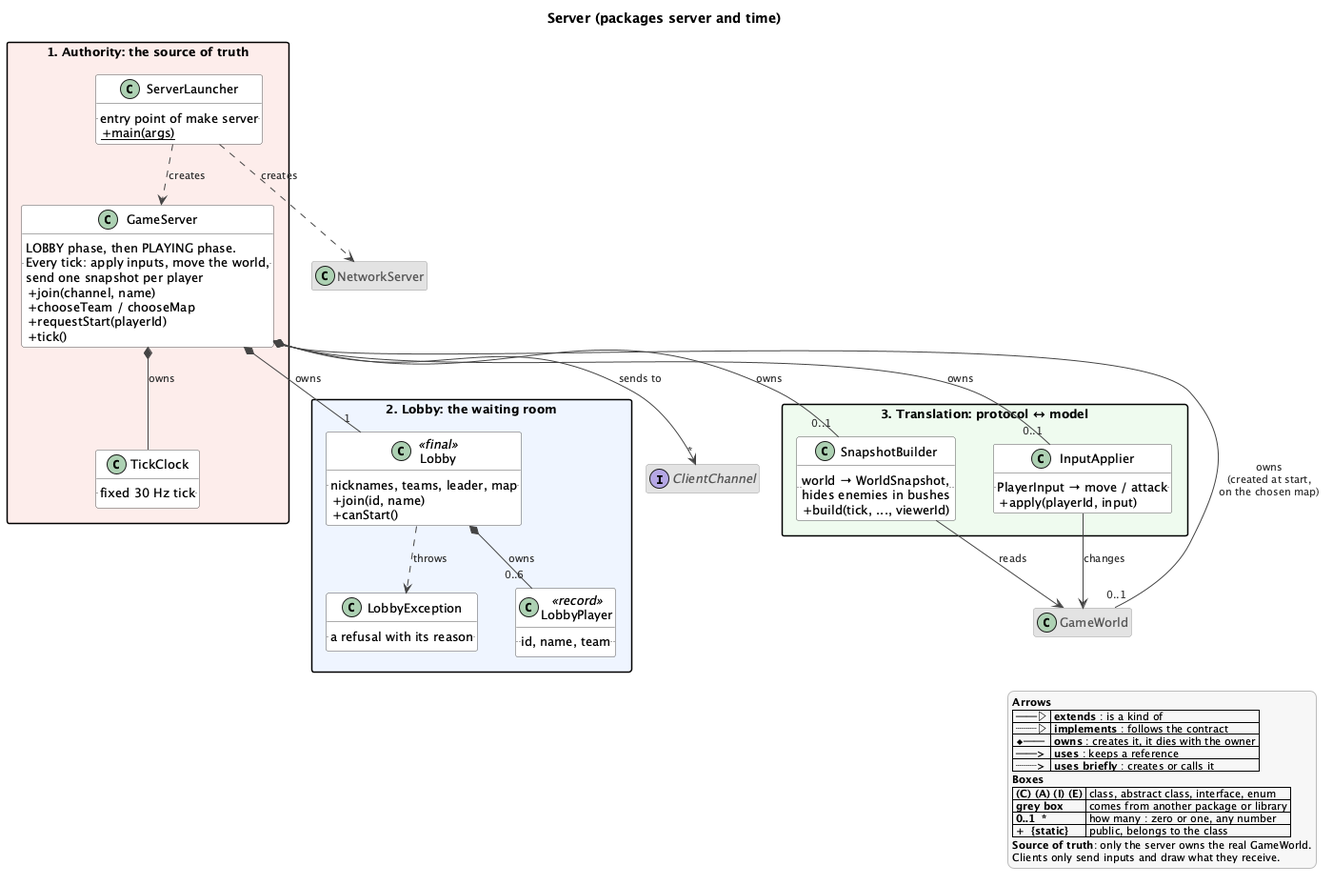
Above: docs/uml/server.png in louispouillet/2dgame (PlantUML), before the change. Its diagram source:
```plantuml
@startuml server
!include style.iuml
title Server (packages server and time)

package "1. Authority: the source of truth" #FDECEA {
    class ServerLauncher {
        .. entry point of make server ..
        + {static} main(args)
    }
    class GameServer {
        .. LOBBY phase, then PLAYING phase.\nEvery tick: apply inputs, move the world,\nsend one snapshot per player ..
        + join(channel, name)
        + chooseTeam / chooseMap
        + requestStart(playerId)
        + tick()
    }
    class TickClock {
        .. fixed 30 Hz tick ..
    }
}

package "2. Lobby: the waiting room" #EEF4FF {
    class Lobby <<final>> {
        .. nicknames, teams, leader, map ..
        + join(id, name)
        + canStart()
    }
    class LobbyPlayer <<record>> {
        .. id, name, team ..
    }
    class LobbyException {
        .. a refusal with its reason ..
    }
}

package "3. Translation: protocol ↔ model" #EEFBEF {
    class InputApplier {
        .. PlayerInput → move / attack ..
        + apply(playerId, input)
    }
    class SnapshotBuilder {
        .. world → WorldSnapshot,\nhides enemies in bushes ..
        + build(tick, ..., viewerId)
    }
}

class GameWorld <<external>>
interface ClientChannel <<external>>
class NetworkServer <<external>>

ServerLauncher ..> GameServer : creates
ServerLauncher ..> NetworkServer : creates
GameServer *-- TickClock : owns
GameServer *-- "1" Lobby : owns
GameServer *-- "0..1" GameWorld : owns\n(created at start,\non the chosen map)
GameServer *-- "0..1" InputApplier : owns
GameServer *-- "0..1" SnapshotBuilder : owns
GameServer --> "*" ClientChannel : sends to
Lobby *-- "0..6" LobbyPlayer : owns
Lobby ..> LobbyException : throws
InputApplier --> GameWorld : changes
SnapshotBuilder --> GameWorld : reads

$legend("<b>Source of truth</b>: only the server owns the real GameWorld.", "Clients only send inputs and draw what they receive.")
@enduml
```
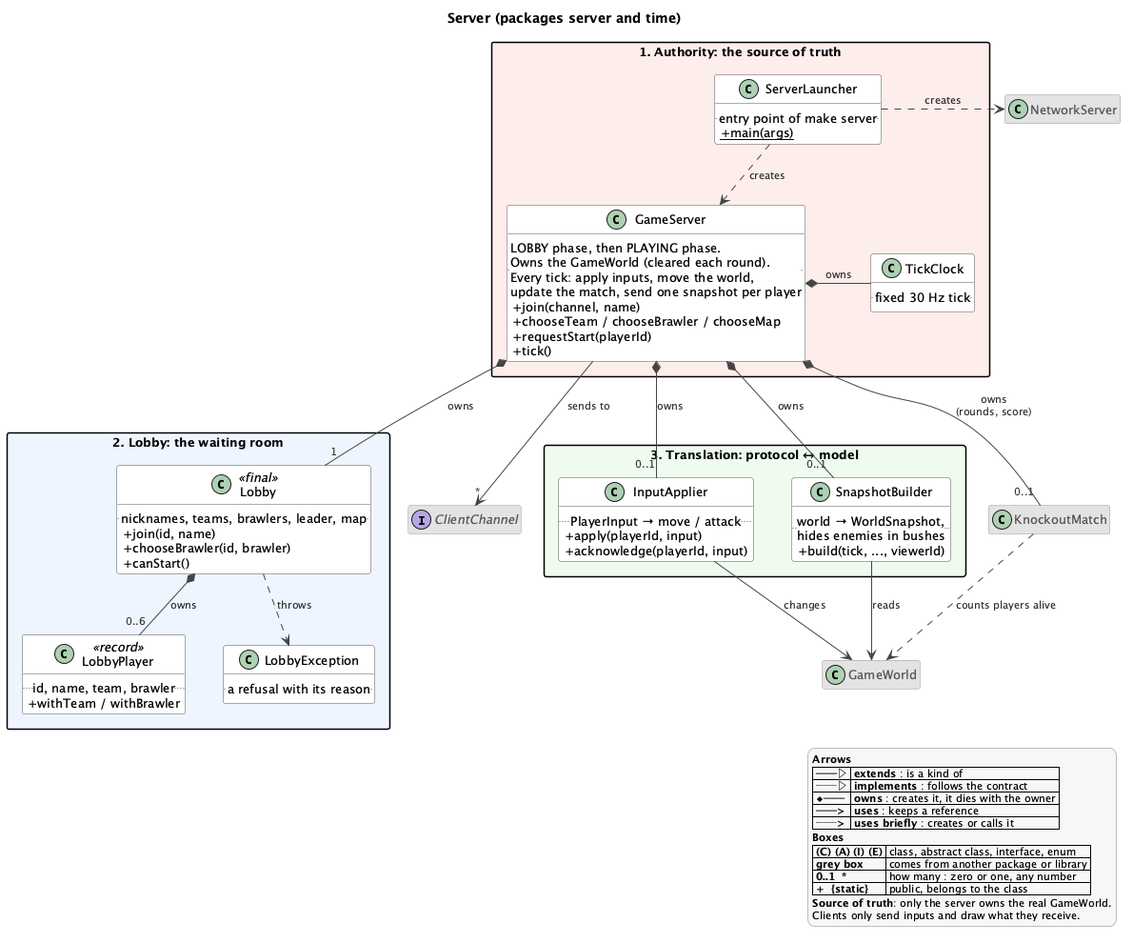
Later version of the same file.

The edit, as a diff of the source:
```diff
@@ -8,9 +8,9 @@
         + {static} main(args)
     }
     class GameServer {
-        .. LOBBY phase, then PLAYING phase.\nEvery tick: apply inputs, move the world,\nsend one snapshot per player ..
+        .. LOBBY phase, then PLAYING phase.\nOwns the GameWorld (cleared each round).\nEvery tick: apply inputs, move the world,\nupdate the match, send one snapshot per player ..
         + join(channel, name)
-        + chooseTeam / chooseMap
+        + chooseTeam / chooseBrawler / chooseMap
         + requestStart(playerId)
         + tick()
     }
@@ -19,14 +19,18 @@
     }
 }
 
+class KnockoutMatch <<external>>
+
 package "2. Lobby: the waiting room" #EEF4FF {
     class Lobby <<final>> {
-        .. nicknames, teams, leader, map ..
+        .. nicknames, teams, brawlers, leader, map ..
         + join(id, name)
+        + chooseBrawler(id, brawler)
         + canStart()
     }
     class LobbyPlayer <<record>> {
-        .. id, name, team ..
+        .. id, name, team, brawler ..
+        + withTeam / withBrawler
     }
     class LobbyException {
         .. a refusal with its reason ..
@@ -37,6 +41,7 @@
     class InputApplier {
         .. PlayerInput → move / attack ..
         + apply(playerId, input)
+        + acknowledge(playerId, input)
     }
     class SnapshotBuilder {
         .. world → WorldSnapshot,\nhides enemies in bushes ..
@@ -48,18 +53,19 @@
 interface ClientChannel <<external>>
 class NetworkServer <<external>>
 
-ServerLauncher ..> GameServer : creates
-ServerLauncher ..> NetworkServer : creates
-GameServer *-- TickClock : owns
-GameServer *-- "1" Lobby : owns
-GameServer *-- "0..1" GameWorld : owns\n(created at start,\non the chosen map)
-GameServer *-- "0..1" InputApplier : owns
-GameServer *-- "0..1" SnapshotBuilder : owns
-GameServer --> "*" ClientChannel : sends to
-Lobby *-- "0..6" LobbyPlayer : owns
-Lobby ..> LobbyException : throws
-InputApplier --> GameWorld : changes
-SnapshotBuilder --> GameWorld : reads
+ServerLauncher .down.> GameServer : creates
+ServerLauncher .right.> NetworkServer : creates
+GameServer *-right- TickClock : owns
+GameServer *-down- "1" Lobby : owns
+GameServer *-down- "0..1" KnockoutMatch : owns\n(rounds, score)
+GameServer *-down- "0..1" InputApplier : owns
+GameServer *-down- "0..1" SnapshotBuilder : owns
+GameServer -down-> "*" ClientChannel : sends to
+Lobby *-down- "0..6" LobbyPlayer : owns
+Lobby .down.> LobbyException : throws
+InputApplier -down-> GameWorld : changes
+SnapshotBuilder -down-> GameWorld : reads
+KnockoutMatch .down.> GameWorld : counts players alive
 
 $legend("<b>Source of truth</b>: only the server owns the real GameWorld.", "Clients only send inputs and draw what they receive.")
 @enduml
```
